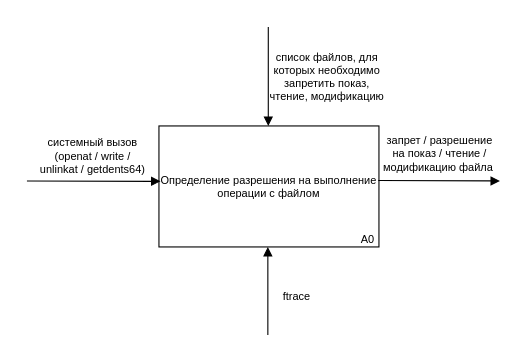
Above: page "idef0_0" (7 of 10) of Diagrams.drawio in tatarinova0903/bmstu_os_course (draw.io), before the change. Source tidied: cells renumbered, new cells numbered last; positions are measured from the earlier drawing's top-left corner, leaving out a move shared by most shapes. Both pictures are drawn from the tidied source at 110%, with x=0, y=0 at pixel (26, 26).
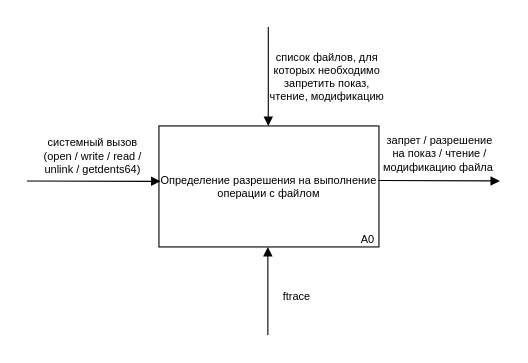
After the change.

The edit, as a diff of the source:
```diff
@@
 <mxGraphModel>
   <root>
     <mxCell id="0" />
     <mxCell id="1" parent="0" />
     <mxCell id="2" value="Определение разрешения на выполнение операции с файлом" style="rounded=0;whiteSpace=wrap;html=1;fontSize=10;" parent="1" vertex="1">
       <mxGeometry x="120" y="90" width="200" height="110" as="geometry" />
     </mxCell>
     <mxCell id="3" style="endArrow=block;html=1;rounded=0;endFill=1;entryX=0.25;entryY=1;entryDx=0;entryDy=0;fontSize=10;" parent="1" edge="1">
       <mxGeometry relative="1" as="geometry">
         <mxPoint x="219" y="280" as="sourcePoint" />
         <mxPoint x="219" y="200" as="targetPoint" />
       </mxGeometry>
     </mxCell>
     <mxCell id="4" value="ftrace" style="text;html=1;align=center;verticalAlign=middle;strokeColor=none;fillColor=none;fontSize=10;" parent="1" vertex="1">
       <mxGeometry x="220" y="230" width="50" height="30" as="geometry" />
     </mxCell>
     <mxCell id="5" style="endArrow=block;html=1;rounded=0;entryX=0.007;entryY=0.458;entryDx=0;entryDy=0;endFill=1;entryPerimeter=0;fontSize=10;" parent="1" edge="1" target="2">
       <mxGeometry relative="1" as="geometry">
         <mxPoint y="140" as="sourcePoint" />
       </mxGeometry>
     </mxCell>
     <mxCell id="6" style="endArrow=block;html=1;rounded=0;endFill=1;fontSize=10;" parent="1" edge="1">
       <mxGeometry relative="1" as="geometry">
         <mxPoint x="219.4" as="sourcePoint" />
         <mxPoint x="219.4" y="90" as="targetPoint" />
       </mxGeometry>
     </mxCell>
     <mxCell id="7" value="A0" style="text;html=1;strokeColor=none;fillColor=none;align=center;verticalAlign=middle;whiteSpace=wrap;rounded=0;fontSize=10;" parent="1" vertex="1">
       <mxGeometry x="280" y="178" width="60" height="30" as="geometry" />
     </mxCell>
     <mxCell id="8" style="endArrow=block;html=1;rounded=0;endFill=1;exitX=0.997;exitY=0.451;exitDx=0;exitDy=0;exitPerimeter=0;fontSize=10;" parent="1" edge="1" source="2">
       <mxGeometry relative="1" as="geometry">
         <mxPoint x="430" y="140" as="targetPoint" />
       </mxGeometry>
     </mxCell>
     <mxCell id="9" value="&lt;div style=&quot;font-size: 10px;&quot;&gt;&lt;span style=&quot;font-size: 10px; background-color: initial;&quot;&gt;запрет / разрешение на показ / чтение / модификацию файла&amp;nbsp;&lt;/span&gt;&lt;/div&gt;" style="rounded=0;whiteSpace=wrap;html=1;align=center;strokeWidth=0;opacity=0;fontSize=10;" parent="1" vertex="1">
       <mxGeometry x="321" y="85" width="109" height="60" as="geometry" />
     </mxCell>
     <mxCell id="10" value="&lt;div style=&quot;font-size: 10px;&quot;&gt;список файлов, для которых необходимо запретить показ, чтение, модификацию&lt;br style=&quot;font-size: 10px;&quot;&gt;&lt;/div&gt;" style="rounded=0;whiteSpace=wrap;html=1;align=center;strokeWidth=0;opacity=0;fontSize=10;" parent="1" vertex="1">
       <mxGeometry x="220" y="15" width="106" height="60" as="geometry" />
     </mxCell>
-    <mxCell id="11" value="&lt;div style=&quot;font-size: 10px;&quot;&gt;системный вызов&lt;br style=&quot;border-color: var(--border-color);&quot;&gt;&lt;span style=&quot;&quot;&gt;(openat / write / unlinkat / getdents64)&lt;/span&gt;&lt;br&gt;&lt;/div&gt;" style="rounded=0;whiteSpace=wrap;html=1;align=center;strokeWidth=0;opacity=0;fontSize=10;" parent="1" vertex="1">
+    <mxCell id="11" value="&lt;div style=&quot;font-size: 10px;&quot;&gt;системный вызов&lt;br style=&quot;border-color: var(--border-color);&quot;&gt;&lt;span style=&quot;&quot;&gt;(open / write / read / unlink / getdents64)&lt;/span&gt;&lt;br&gt;&lt;/div&gt;" style="rounded=0;whiteSpace=wrap;html=1;align=center;strokeWidth=0;opacity=0;fontSize=10;" parent="1" vertex="1">
       <mxGeometry x="10" y="87" width="100" height="60" as="geometry" />
     </mxCell>
   </root>
 </mxGraphModel>
```
